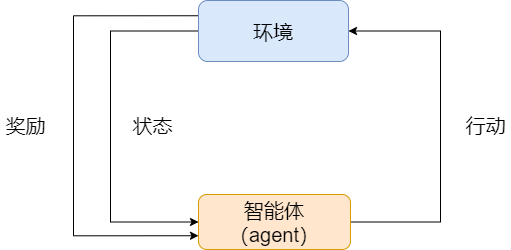
The draw.io diagram rl.drawio.png in lakomi/pictures, before a commit. Source tidied: cells renumbered, new cells last; positions are measured from the earlier drawing's top-left corner, leaving out a move shared by most shapes.
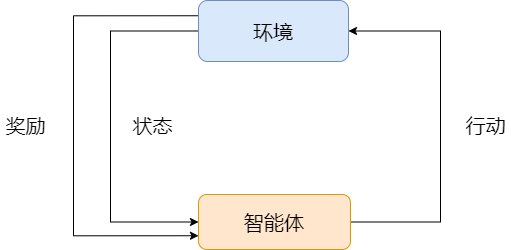
The same diagram one commit later.

What changed in the source:
```diff
@@ -29,7 +29,7 @@
         </Array>
       </mxGeometry>
     </mxCell>
-    <mxCell id="6" value="智能体&lt;br&gt;（agent）" style="rounded=1;whiteSpace=wrap;html=1;fontSize=20;fillColor=#ffe6cc;strokeColor=#d79b00;" parent="1" vertex="1">
+    <mxCell id="6" value="智能体" style="rounded=1;whiteSpace=wrap;html=1;fontSize=20;fillColor=#ffe6cc;strokeColor=#d79b00;" parent="1" vertex="1">
       <mxGeometry x="198" y="194" width="152" height="55" as="geometry" />
     </mxCell>
     <mxCell id="7" value="行动" style="text;html=1;align=center;verticalAlign=middle;strokeColor=none;fillColor=none;fontSize=20;" parent="1" vertex="1">
```
